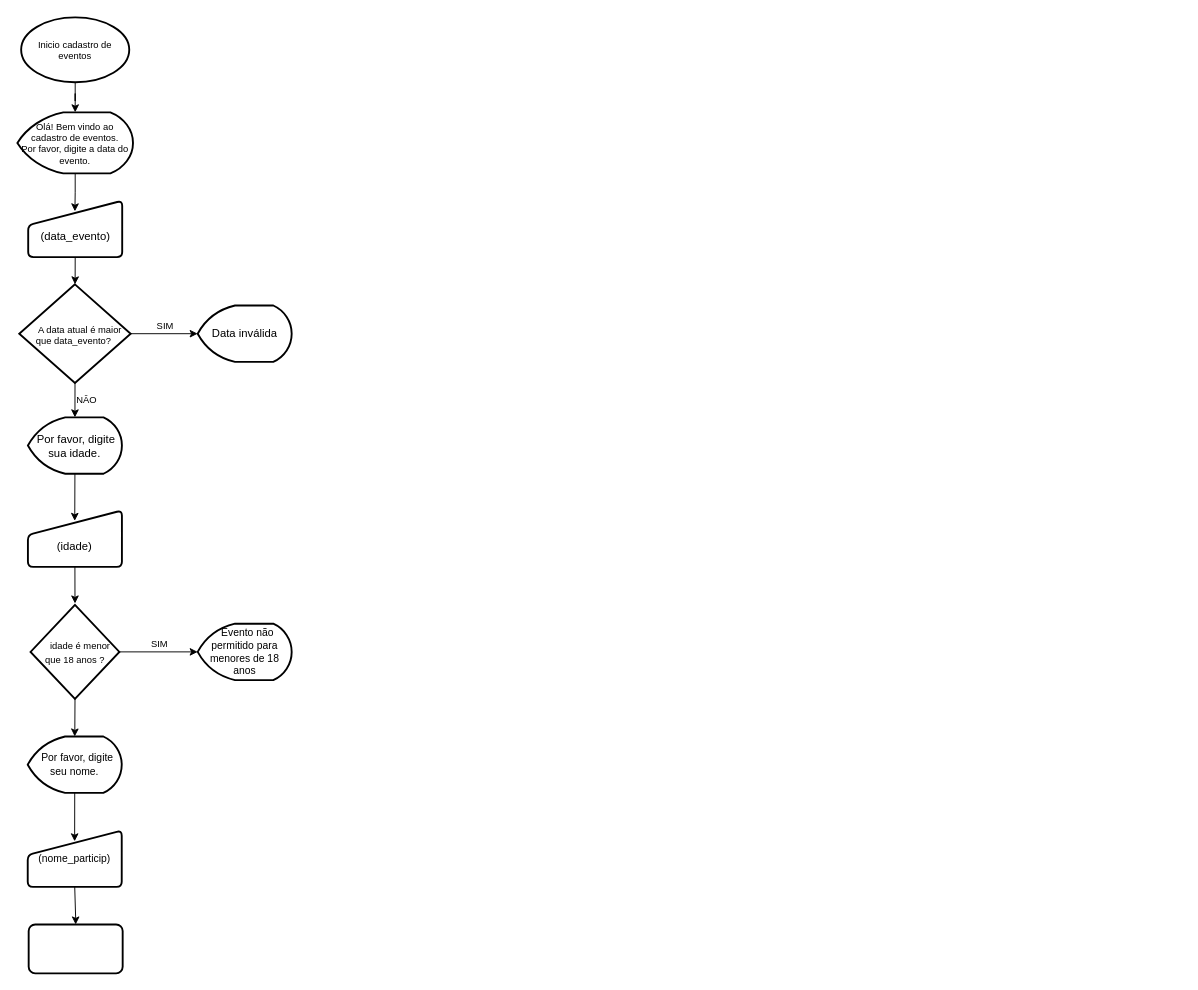
This is Meu primeiro Fluxograma.drawio from FabioNascimentoOliveira/Cadastro-de-eventos, a draw.io file, before an edit. Source tidied: cells renumbered, new cells numbered last; positions are measured from the earlier drawing's top-left corner, leaving out a move shared by most shapes. Both pictures are drawn from the tidied source at 94%, with x=0, y=0 at pixel (17, 17).
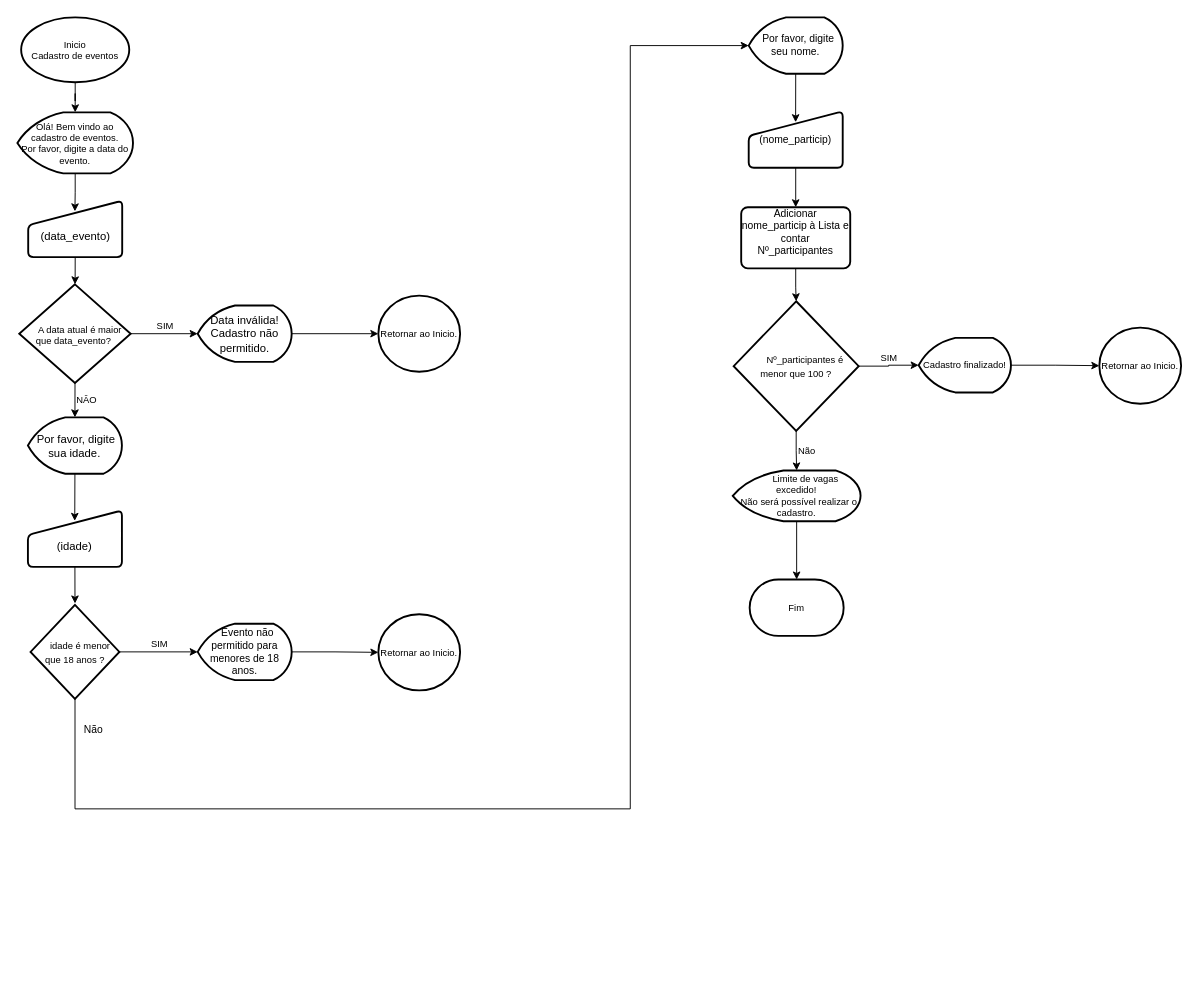
After the change.

Unchanged cells that the change refers to:
```xml
<mxCell id="18" value="&lt;font style=&quot;font-size: 10px&quot;&gt;&amp;nbsp; &amp;nbsp; idade é menor que 18 anos ?&lt;/font&gt;" style="strokeWidth=2;html=1;shape=mxgraph.flowchart.decision;whiteSpace=wrap;" parent="1" vertex="1">
  <mxGeometry x="14" y="625" width="94.5" height="100" as="geometry" />
</mxCell>
```

The edit, as a diff of the source:
```diff
@@
-    <mxCell id="5" value="&lt;span style=&quot;font-size: 10px;&quot;&gt;Inicio cadastro de eventos&lt;/span&gt;" style="strokeWidth=2;html=1;shape=mxgraph.flowchart.start_1;whiteSpace=wrap;fontSize=10;" parent="1" vertex="1">
+    <mxCell id="5" value="&lt;span style=&quot;font-size: 10px&quot;&gt;Inicio &lt;br&gt;Cadastro de eventos&lt;/span&gt;" style="strokeWidth=2;html=1;shape=mxgraph.flowchart.start_1;whiteSpace=wrap;fontSize=10;" parent="1" vertex="1">
       <mxGeometry x="4" width="115" height="69" as="geometry" />
     </mxCell>
@@
+    <mxCell id="25" style="edgeStyle=orthogonalEdgeStyle;rounded=0;jettySize=auto;html=1;fontSize=10;" parent="1" edge="1" source="11" target="38">
+      <mxGeometry relative="1" as="geometry" />
+    </mxCell>
-    <mxCell id="11" value="&lt;font style=&quot;font-size: 12px&quot;&gt;Data inválida&lt;/font&gt;" style="strokeWidth=2;html=1;shape=mxgraph.flowchart.display;whiteSpace=wrap;fontSize=10;" parent="1" vertex="1">
+    <mxCell id="11" value="&lt;font style=&quot;font-size: 12px&quot;&gt;Data inválida! Cadastro não permitido.&lt;/font&gt;" style="strokeWidth=2;html=1;shape=mxgraph.flowchart.display;whiteSpace=wrap;fontSize=10;" parent="1" vertex="1">
       <mxGeometry x="191.8" y="306.5" width="100" height="60" as="geometry" />
     </mxCell>
@@
-    <mxCell id="17" style="edgeStyle=orthogonalEdgeStyle;rounded=0;jumpStyle=line;jettySize=auto;html=1;labelBackgroundColor=none;labelBorderColor=none;fontSize=11;fontColor=#000000;" parent="1" edge="1" source="18" target="21">
-      <mxGeometry relative="1" as="geometry" />
+    <mxCell id="17" value="Não" style="edgeStyle=orthogonalEdgeStyle;rounded=0;jumpStyle=line;jettySize=auto;html=1;labelBackgroundColor=none;labelBorderColor=none;fontSize=11;fontColor=#000000;labelPosition=right;verticalLabelPosition=middle;align=left;verticalAlign=middle;" parent="1" edge="1" source="18" target="21">
+      <mxGeometry x="-0.96" y="8" relative="1" as="geometry">
+        <Array as="points">
+          <mxPoint x="61" y="842" />
+          <mxPoint x="652" y="842" />
+          <mxPoint x="652" y="30" />
+        </Array>
+      </mxGeometry>
     </mxCell>
@@
+    <mxCell id="26" style="edgeStyle=orthogonalEdgeStyle;rounded=0;jettySize=auto;html=1;fontSize=10;" parent="1" edge="1" source="19" target="37">
+      <mxGeometry relative="1" as="geometry" />
+    </mxCell>
-    <mxCell id="19" value="&lt;font style=&quot;font-size: 11px&quot;&gt;&amp;nbsp; Evento não permitido para menores de 18 anos&lt;/font&gt;" style="strokeWidth=2;html=1;shape=mxgraph.flowchart.display;whiteSpace=wrap;fontSize=10;" parent="1" vertex="1">
+    <mxCell id="19" value="&lt;font style=&quot;font-size: 11px&quot;&gt;&amp;nbsp; Evento não permitido para menores de 18 anos.&lt;/font&gt;" style="strokeWidth=2;html=1;shape=mxgraph.flowchart.display;whiteSpace=wrap;fontSize=10;" parent="1" vertex="1">
       <mxGeometry x="191.8" y="645" width="100" height="60" as="geometry" />
     </mxCell>
@@
     <mxCell id="21" value="&amp;nbsp; Por favor, digite seu nome." style="strokeWidth=2;html=1;shape=mxgraph.flowchart.display;whiteSpace=wrap;labelBackgroundColor=none;labelBorderColor=none;fontSize=11;fontColor=#000000;fillColor=none;" parent="1" vertex="1">
-      <mxGeometry x="11" y="765" width="100" height="60" as="geometry" />
+      <mxGeometry x="778" width="100" height="60" as="geometry" />
     </mxCell>
@@
     <mxCell id="23" value="(nome_particip)" style="html=1;strokeWidth=2;shape=manualInput;whiteSpace=wrap;rounded=1;size=26;arcSize=11;labelBackgroundColor=none;labelBorderColor=none;fontSize=11;fontColor=#000000;fillColor=none;" parent="1" vertex="1">
-      <mxGeometry x="11" y="865" width="100" height="60" as="geometry" />
+      <mxGeometry x="778" y="100" width="100" height="60" as="geometry" />
     </mxCell>
+    <mxCell id="27" style="edgeStyle=orthogonalEdgeStyle;rounded=0;jettySize=auto;html=1;" parent="1" edge="1" source="24" target="30">
+      <mxGeometry relative="1" as="geometry" />
+    </mxCell>
-    <mxCell id="24" style="rounded=1;whiteSpace=wrap;html=1;absoluteArcSize=1;arcSize=14;strokeWidth=2;labelBackgroundColor=none;labelBorderColor=none;fontSize=11;fontColor=#000000;fillColor=none;" parent="1" vertex="1">
-      <mxGeometry x="12" y="965" width="100" height="52" as="geometry" />
+    <mxCell id="24" value="Adicionar nome_particip à Lista e contar Nº_participantes&lt;br&gt;&amp;nbsp;" style="rounded=1;whiteSpace=wrap;html=1;absoluteArcSize=1;arcSize=14;strokeWidth=2;labelBackgroundColor=none;labelBorderColor=none;fontSize=11;fontColor=#000000;fillColor=none;" parent="1" vertex="1">
+      <mxGeometry x="770" y="202" width="116" height="65" as="geometry" />
     </mxCell>
+    <mxCell id="28" value="SIM" style="edgeStyle=orthogonalEdgeStyle;rounded=0;jettySize=auto;html=1;fontSize=10;labelPosition=center;verticalLabelPosition=top;align=center;verticalAlign=bottom;" parent="1" edge="1" source="30" target="32">
+      <mxGeometry relative="1" as="geometry" />
+    </mxCell>
+    <mxCell id="29" value="Não" style="edgeStyle=orthogonalEdgeStyle;rounded=0;jettySize=auto;html=1;fontSize=10;labelPosition=right;verticalLabelPosition=middle;align=left;verticalAlign=middle;" parent="1" edge="1" source="30" target="34">
+      <mxGeometry relative="1" as="geometry" />
+    </mxCell>
+    <mxCell id="30" value="&lt;font style=&quot;font-size: 10px&quot;&gt;&amp;nbsp; &amp;nbsp; &amp;nbsp; &amp;nbsp;Nº_participantes é menor que 100 ?&lt;/font&gt;" style="strokeWidth=2;html=1;shape=mxgraph.flowchart.decision;whiteSpace=wrap;" parent="1" vertex="1">
+      <mxGeometry x="762" y="302" width="133" height="138" as="geometry" />
+    </mxCell>
+    <mxCell id="31" style="edgeStyle=orthogonalEdgeStyle;rounded=0;jettySize=auto;html=1;fontSize=10;" parent="1" edge="1" source="32" target="36">
+      <mxGeometry relative="1" as="geometry" />
+    </mxCell>
+    <mxCell id="32" value="Cadastro finalizado!" style="strokeWidth=2;html=1;shape=mxgraph.flowchart.display;whiteSpace=wrap;fontSize=10;" parent="1" vertex="1">
+      <mxGeometry x="958.8" y="341" width="98.2" height="58" as="geometry" />
+    </mxCell>
+    <mxCell id="33" style="edgeStyle=orthogonalEdgeStyle;rounded=0;jettySize=auto;html=1;fontSize=10;" parent="1" edge="1" source="34" target="35">
+      <mxGeometry relative="1" as="geometry" />
+    </mxCell>
+    <mxCell id="34" value="&amp;nbsp; &amp;nbsp; &amp;nbsp; &amp;nbsp;Limite de vagas excedido!&lt;br&gt;&amp;nbsp; Não será possível realizar o cadastro." style="strokeWidth=2;html=1;shape=mxgraph.flowchart.display;whiteSpace=wrap;fontSize=10;" parent="1" vertex="1">
+      <mxGeometry x="761" y="482" width="136" height="54" as="geometry" />
+    </mxCell>
+    <mxCell id="35" value="Fim" style="strokeWidth=2;html=1;shape=mxgraph.flowchart.terminator;whiteSpace=wrap;fontSize=10;" parent="1" vertex="1">
+      <mxGeometry x="779" y="598" width="100" height="60" as="geometry" />
+    </mxCell>
+    <mxCell id="36" value="&lt;span&gt;Retornar ao Inicio.&lt;/span&gt;" style="strokeWidth=2;html=1;shape=mxgraph.flowchart.start_2;whiteSpace=wrap;fontSize=10;" parent="1" vertex="1">
+      <mxGeometry x="1151" y="330" width="87" height="81" as="geometry" />
+    </mxCell>
+    <mxCell id="37" value="&lt;span&gt;Retornar ao Inicio.&lt;/span&gt;" style="strokeWidth=2;html=1;shape=mxgraph.flowchart.start_2;whiteSpace=wrap;fontSize=10;" parent="1" vertex="1">
+      <mxGeometry x="384" y="635" width="87" height="81" as="geometry" />
+    </mxCell>
+    <mxCell id="38" value="&lt;span&gt;Retornar ao Inicio.&lt;/span&gt;" style="strokeWidth=2;html=1;shape=mxgraph.flowchart.start_2;whiteSpace=wrap;fontSize=10;" parent="1" vertex="1">
+      <mxGeometry x="384" y="296" width="87" height="81" as="geometry" />
+    </mxCell>
```
